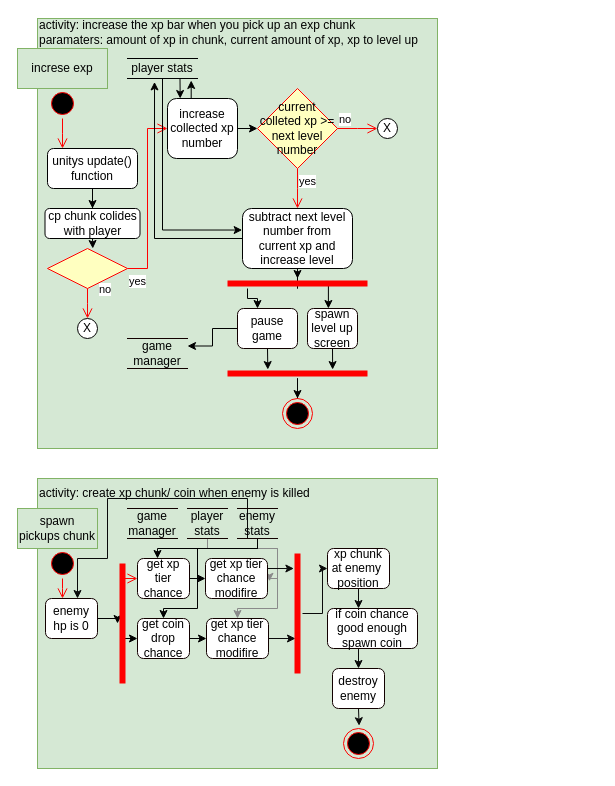
Before: page "xp system" (3 of 3) of Documentation files/activity diagram.drawio in Ulibomber1/Middlespace-Survivor, a draw.io diagram. Source tidied: cells renumbered, new cells numbered last; positions are measured from the earlier drawing's top-left corner, leaving out a move shared by most shapes. Both pictures are drawn from the tidied source at 100%, with x=0, y=0 at pixel (17, 17).
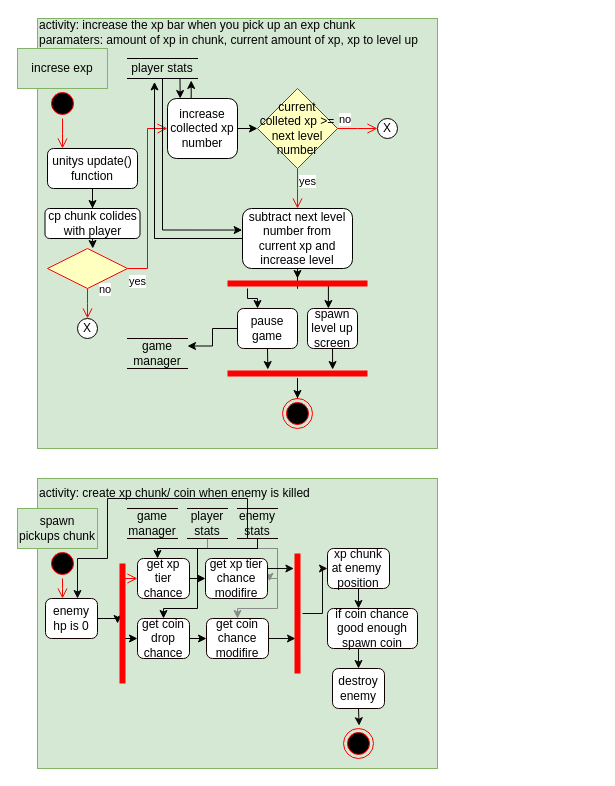
After the change.

Change to the diagram source:
```diff
@@
-    <mxCell id="65" value="get xp tier chance modifire" style="rounded=1;whiteSpace=wrap;html=1;strokeColor=#120000;strokeWidth=1;" parent="1" vertex="1">
+    <mxCell id="65" value="get coin chance modifire" style="rounded=1;whiteSpace=wrap;html=1;strokeColor=#120000;strokeWidth=1;" parent="1" vertex="1">
       <mxGeometry x="189" y="601" width="62" height="40" as="geometry" />
     </mxCell>
```
